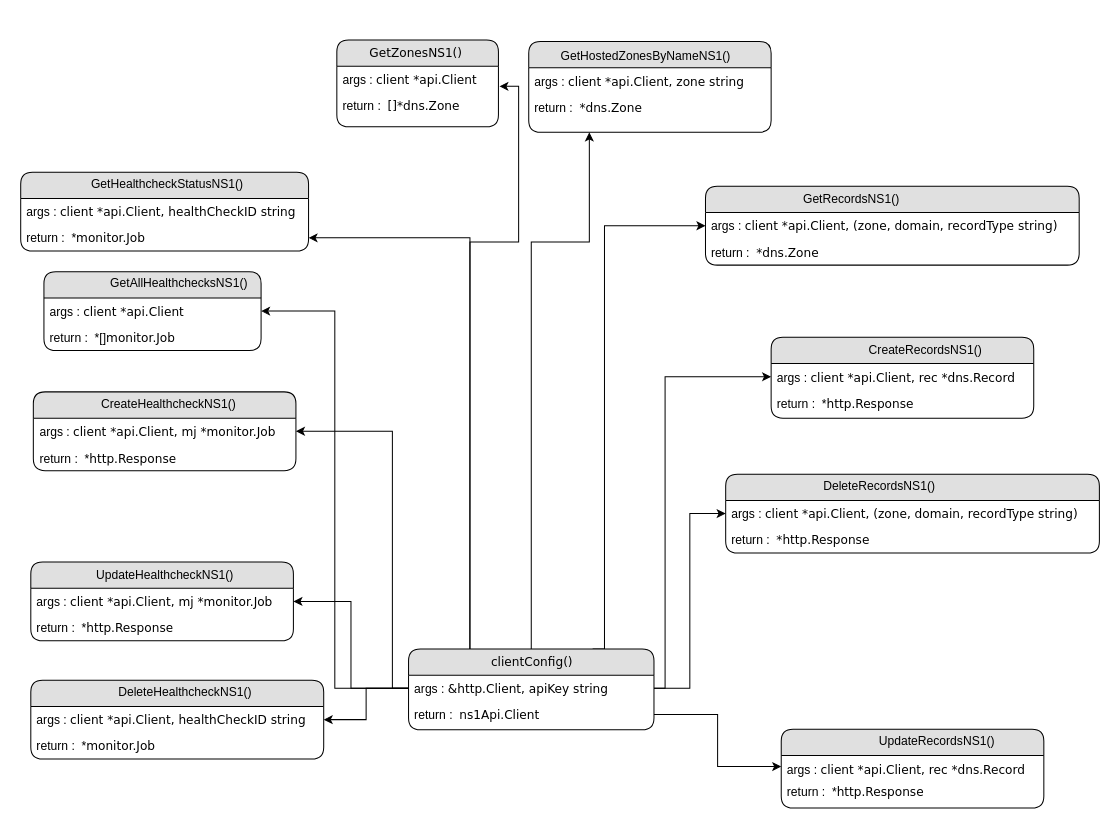
This is dns-manager.drawio from shreyasgune/NS1-examples, a draw.io file, before an edit. Source tidied: cells renumbered, new cells numbered last; positions are measured from the earlier drawing's top-left corner, leaving out a move shared by most shapes. Both pictures are drawn from the tidied source at 101%, with x=0, y=0 at pixel (20, 39).
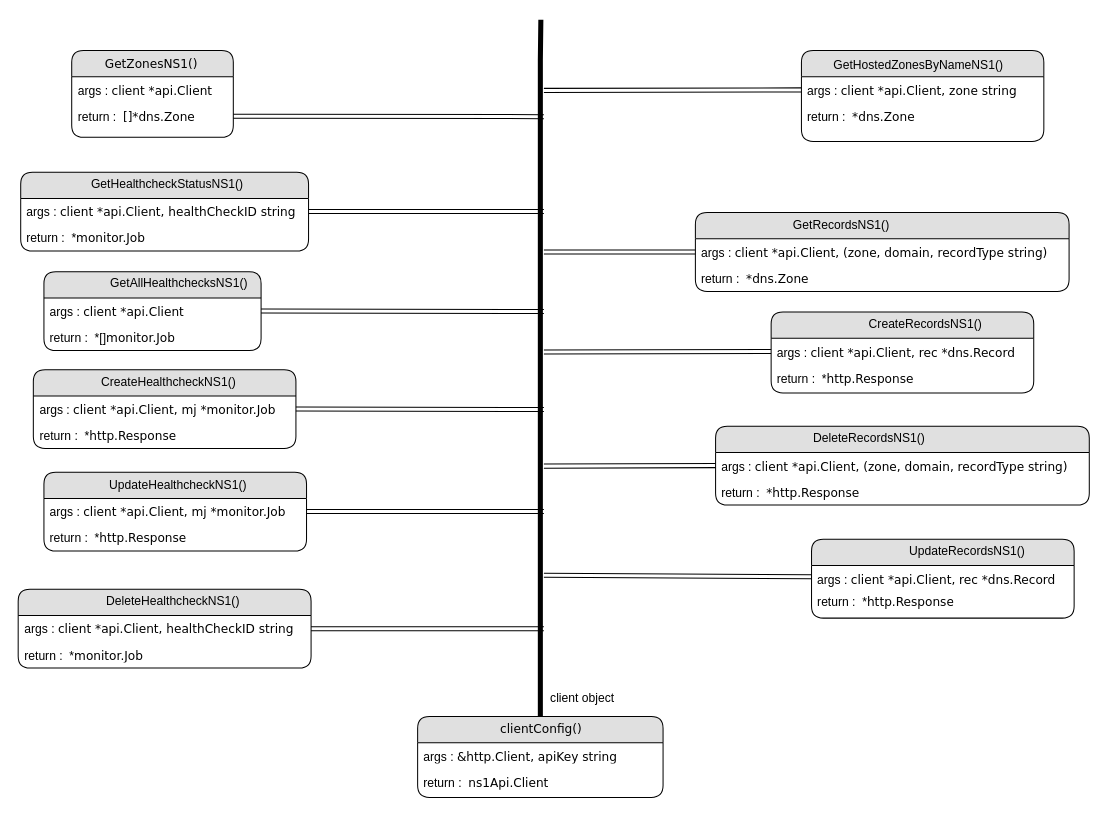
After the change.

The change refers to these unchanged cells:
```xml
<mxCell id="3" value="args :&amp;nbsp;&lt;span style=&quot;font-family: &amp;#34;verdana&amp;#34; ; text-align: center ; white-space: nowrap&quot;&gt;client *api.Client&lt;/span&gt;&lt;br&gt;&amp;nbsp;" style="text;html=1;strokeColor=none;fillColor=none;spacingLeft=4;spacingRight=4;whiteSpace=wrap;overflow=hidden;points=[[0,0.5],[1,0.5]];portConstraint=eastwest;" parent="2" vertex="1">
  <mxGeometry y="26" width="160" height="26" as="geometry" />
</mxCell>
<mxCell id="4" value="return :&amp;nbsp;&amp;nbsp;&lt;span style=&quot;font-family: &amp;#34;verdana&amp;#34; ; text-align: center ; white-space: nowrap&quot;&gt;[]*dns.Zone&lt;/span&gt;" style="text;html=1;strokeColor=none;fillColor=none;spacingLeft=4;spacingRight=4;whiteSpace=wrap;overflow=hidden;points=[[0,0.5],[1,0.5]];portConstraint=eastwest;" parent="2" vertex="1">
  <mxGeometry y="52" width="160" height="26" as="geometry" />
</mxCell>
<mxCell id="10" value="&lt;div style=&quot;text-align: center&quot;&gt;&lt;span&gt;args : &lt;font face=&quot;verdana&quot;&gt;&lt;span style=&quot;white-space: nowrap&quot;&gt;&amp;amp;http.Client, apiKey string&lt;/span&gt;&lt;/font&gt;&lt;/span&gt;&lt;/div&gt;" style="text;html=1;strokeColor=none;fillColor=none;spacingLeft=4;spacingRight=4;whiteSpace=wrap;overflow=hidden;points=[[0,0.5],[1,0.5]];portConstraint=eastwest;" parent="9" vertex="1">
  <mxGeometry y="26" width="243" height="26" as="geometry" />
</mxCell>
<mxCell id="11" value="&lt;div style=&quot;text-align: center&quot;&gt;&lt;span&gt;return :&amp;nbsp; &lt;font face=&quot;verdana&quot;&gt;&lt;span style=&quot;white-space: nowrap&quot;&gt;ns1Api.Client&lt;/span&gt;&lt;/font&gt;&lt;/span&gt;&lt;/div&gt;" style="text;html=1;strokeColor=none;fillColor=none;spacingLeft=4;spacingRight=4;whiteSpace=wrap;overflow=hidden;points=[[0,0.5],[1,0.5]];portConstraint=eastwest;" parent="9" vertex="1">
  <mxGeometry y="52" width="243" height="26" as="geometry" />
</mxCell>
<mxCell id="13" value="args :&amp;nbsp;&lt;span style=&quot;font-family: &amp;#34;verdana&amp;#34; ; text-align: center ; white-space: nowrap&quot;&gt;client *api.Client, zone string&lt;/span&gt;&lt;br&gt;&amp;nbsp;" style="text;html=1;strokeColor=none;fillColor=none;spacingLeft=4;spacingRight=4;whiteSpace=wrap;overflow=hidden;points=[[0,0.5],[1,0.5]];portConstraint=eastwest;" parent="12" vertex="1">
  <mxGeometry y="26" width="240" height="26" as="geometry" />
</mxCell>
<mxCell id="17" value="args :&amp;nbsp;&lt;span style=&quot;font-family: &amp;#34;verdana&amp;#34; ; text-align: center ; white-space: nowrap&quot;&gt;client *api.Client, (zone, domain, recordType string)&lt;/span&gt;&lt;br&gt;&amp;nbsp;" style="text;html=1;strokeColor=none;fillColor=none;spacingLeft=4;spacingRight=4;whiteSpace=wrap;overflow=hidden;points=[[0,0.5],[1,0.5]];portConstraint=eastwest;" parent="16" vertex="1">
  <mxGeometry y="26" width="370" height="26" as="geometry" />
</mxCell>
<mxCell id="21" value="args :&amp;nbsp;&lt;span style=&quot;font-family: &amp;#34;verdana&amp;#34; ; text-align: center ; white-space: nowrap&quot;&gt;client *api.Client, rec *dns.Record&lt;/span&gt;&lt;br&gt;&amp;nbsp;" style="text;html=1;strokeColor=none;fillColor=none;spacingLeft=4;spacingRight=4;whiteSpace=wrap;overflow=hidden;points=[[0,0.5],[1,0.5]];portConstraint=eastwest;" parent="20" vertex="1">
  <mxGeometry y="26" width="260" height="26" as="geometry" />
</mxCell>
<mxCell id="25" value="args :&amp;nbsp;&lt;span style=&quot;font-family: &amp;#34;verdana&amp;#34; ; text-align: center ; white-space: nowrap&quot;&gt;client *api.Client, (zone, domain, recordType string)&lt;/span&gt;&lt;br&gt;&amp;nbsp;" style="text;html=1;strokeColor=none;fillColor=none;spacingLeft=4;spacingRight=4;whiteSpace=wrap;overflow=hidden;points=[[0,0.5],[1,0.5]];portConstraint=eastwest;" parent="24" vertex="1">
  <mxGeometry y="26" width="370" height="26" as="geometry" />
</mxCell>
<mxCell id="29" value="args :&amp;nbsp;&lt;span style=&quot;font-family: &amp;#34;verdana&amp;#34; ; text-align: center ; white-space: nowrap&quot;&gt;client *api.Client, rec *dns.Record&lt;/span&gt;&lt;br&gt;&amp;nbsp;" style="text;html=1;strokeColor=none;fillColor=none;spacingLeft=4;spacingRight=4;whiteSpace=wrap;overflow=hidden;points=[[0,0.5],[1,0.5]];portConstraint=eastwest;" parent="28" vertex="1">
  <mxGeometry y="26" width="260" height="22" as="geometry" />
</mxCell>
<mxCell id="33" value="args :&amp;nbsp;&lt;span style=&quot;font-family: &amp;#34;verdana&amp;#34; ; text-align: center ; white-space: nowrap&quot;&gt;client *api.Client, healthCheckID string&lt;/span&gt;" style="text;html=1;strokeColor=none;fillColor=none;spacingLeft=4;spacingRight=4;whiteSpace=wrap;overflow=hidden;points=[[0,0.5],[1,0.5]];portConstraint=eastwest;" parent="32" vertex="1">
  <mxGeometry y="26" width="285" height="26" as="geometry" />
</mxCell>
<mxCell id="34" value="&lt;div style=&quot;text-align: center&quot;&gt;return :&amp;nbsp; *&lt;font face=&quot;verdana&quot;&gt;&lt;span style=&quot;white-space: nowrap&quot;&gt;monitor.Job&lt;/span&gt;&lt;/font&gt;&lt;/div&gt;" style="text;html=1;strokeColor=none;fillColor=none;spacingLeft=4;spacingRight=4;whiteSpace=wrap;overflow=hidden;points=[[0,0.5],[1,0.5]];portConstraint=eastwest;" parent="32" vertex="1">
  <mxGeometry y="52" width="285" height="26" as="geometry" />
</mxCell>
<mxCell id="37" value="args :&amp;nbsp;&lt;span style=&quot;font-family: &amp;#34;verdana&amp;#34; ; text-align: center ; white-space: nowrap&quot;&gt;client *api.Client&lt;/span&gt;" style="text;html=1;strokeColor=none;fillColor=none;spacingLeft=4;spacingRight=4;whiteSpace=wrap;overflow=hidden;points=[[0,0.5],[1,0.5]];portConstraint=eastwest;" parent="36" vertex="1">
  <mxGeometry y="26" width="215" height="26" as="geometry" />
</mxCell>
<mxCell id="41" value="args :&amp;nbsp;&lt;span style=&quot;font-family: &amp;#34;verdana&amp;#34; ; text-align: center ; white-space: nowrap&quot;&gt;client *api.Client, mj *monitor.Job&lt;/span&gt;&lt;br&gt;&amp;nbsp;" style="text;html=1;strokeColor=none;fillColor=none;spacingLeft=4;spacingRight=4;whiteSpace=wrap;overflow=hidden;points=[[0,0.5],[1,0.5]];portConstraint=eastwest;" parent="40" vertex="1">
  <mxGeometry y="26" width="260" height="26" as="geometry" />
</mxCell>
<mxCell id="45" value="args :&amp;nbsp;&lt;span style=&quot;font-family: &amp;#34;verdana&amp;#34; ; text-align: center ; white-space: nowrap&quot;&gt;client *api.Client, mj *monitor.Job&lt;/span&gt;&lt;br&gt;&amp;nbsp;" style="text;html=1;strokeColor=none;fillColor=none;spacingLeft=4;spacingRight=4;whiteSpace=wrap;overflow=hidden;points=[[0,0.5],[1,0.5]];portConstraint=eastwest;" parent="44" vertex="1">
  <mxGeometry y="26" width="260" height="26" as="geometry" />
</mxCell>
<mxCell id="49" value="args :&amp;nbsp;&lt;span style=&quot;font-family: &amp;#34;verdana&amp;#34; ; text-align: center ; white-space: nowrap&quot;&gt;client *api.Client, healthCheckID string&lt;/span&gt;" style="text;html=1;strokeColor=none;fillColor=none;spacingLeft=4;spacingRight=4;whiteSpace=wrap;overflow=hidden;points=[[0,0.5],[1,0.5]];portConstraint=eastwest;" parent="48" vertex="1">
  <mxGeometry y="26" width="290" height="26" as="geometry" />
</mxCell>
```

What changed in the source:
```diff
@@
     <mxCell id="2" value="GetZonesNS1()&amp;nbsp;" style="swimlane;html=1;fontStyle=0;horizontal=1;startSize=26;fillColor=#e0e0e0;swimlaneFillColor=#ffffff;align=center;rounded=1;shadow=0;comic=0;labelBackgroundColor=none;strokeColor=#000000;strokeWidth=1;fontFamily=Verdana;fontSize=12;fontColor=#000000;" parent="1" vertex="1">
-      <mxGeometry x="313" width="160" height="86" as="geometry" />
+      <mxGeometry x="50.5" y="10.5" width="160" height="86" as="geometry" />
     </mxCell>
@@
-    <mxCell id="5" style="edgeStyle=orthogonalEdgeStyle;rounded=0;jettySize=auto;html=1;exitX=0.25;exitY=0;exitDx=0;exitDy=0;entryX=1.006;entryY=0.769;entryDx=0;entryDy=0;entryPerimeter=0;" parent="1" edge="1" source="9" target="3">
-      <mxGeometry relative="1" as="geometry">
-        <Array as="points">
-          <mxPoint x="445" y="200" />
-          <mxPoint x="493" y="200" />
-          <mxPoint x="493" y="46" />
-        </Array>
-      </mxGeometry>
-    </mxCell>
-    <mxCell id="6" style="edgeStyle=orthogonalEdgeStyle;rounded=0;jettySize=auto;html=1;exitX=0.5;exitY=0;exitDx=0;exitDy=0;entryX=0.25;entryY=1;entryDx=0;entryDy=0;" parent="1" edge="1" source="9" target="12">
-      <mxGeometry relative="1" as="geometry">
-        <Array as="points">
-          <mxPoint x="506" y="200" />
-          <mxPoint x="563" y="200" />
-        </Array>
-      </mxGeometry>
-    </mxCell>
-    <mxCell id="7" style="edgeStyle=orthogonalEdgeStyle;rounded=0;jettySize=auto;html=1;exitX=0.25;exitY=0;exitDx=0;exitDy=0;entryX=1;entryY=0.5;entryDx=0;entryDy=0;" parent="1" edge="1" source="9" target="34">
-      <mxGeometry relative="1" as="geometry" />
-    </mxCell>
-    <mxCell id="8" style="edgeStyle=orthogonalEdgeStyle;rounded=0;jettySize=auto;html=1;exitX=0.75;exitY=0;exitDx=0;exitDy=0;entryX=0;entryY=0.5;entryDx=0;entryDy=0;" parent="1" edge="1" source="9" target="17">
-      <mxGeometry relative="1" as="geometry">
-        <Array as="points">
-          <mxPoint x="578" y="603" />
-          <mxPoint x="578" y="184" />
-        </Array>
-      </mxGeometry>
-    </mxCell>
+    <mxCell id="59" style="edgeStyle=orthogonalEdgeStyle;rounded=0;jettySize=auto;html=1;exitX=0.5;exitY=0;exitDx=0;exitDy=0;strokeWidth=5;endArrow=none;endFill=0;" parent="1" edge="1" source="9">
+      <mxGeometry relative="1" as="geometry">
+        <mxPoint x="515" y="-20" as="targetPoint" />
+        <Array as="points">
+          <mxPoint x="515" y="20" />
+          <mxPoint x="515" y="20" />
+        </Array>
+      </mxGeometry>
+    </mxCell>
     <mxCell id="9" value="clientConfig()" style="swimlane;html=1;fontStyle=0;horizontal=1;startSize=26;fillColor=#e0e0e0;swimlaneFillColor=#ffffff;align=center;rounded=1;shadow=0;comic=0;labelBackgroundColor=none;strokeColor=#000000;strokeWidth=1;fontFamily=Verdana;fontSize=12;fontColor=#000000;" parent="1" vertex="1">
-      <mxGeometry x="384" y="603" width="243" height="80" as="geometry" />
+      <mxGeometry x="393" y="670" width="243" height="80" as="geometry" />
     </mxCell>
@@
     <mxCell id="12" style="swimlane;html=1;fontStyle=0;horizontal=1;startSize=26;fillColor=#e0e0e0;swimlaneFillColor=#ffffff;align=center;rounded=1;shadow=0;comic=0;labelBackgroundColor=none;strokeColor=#000000;strokeWidth=1;fontFamily=Verdana;fontSize=12;fontColor=#000000;" parent="1" vertex="1">
-      <mxGeometry x="503" y="1.5" width="240" height="90" as="geometry" />
+      <mxGeometry x="773" y="10.5" width="240" height="90" as="geometry" />
     </mxCell>
@@
     <mxCell id="15" value="GetHostedZonesByNameNS1()" style="text;html=1;" parent="1" vertex="1">
-      <mxGeometry x="533" y="1.5" width="190" height="30" as="geometry" />
+      <mxGeometry x="803" y="10.5" width="190" height="30" as="geometry" />
     </mxCell>
     <mxCell id="16" style="swimlane;html=1;fontStyle=0;horizontal=1;startSize=26;fillColor=#e0e0e0;swimlaneFillColor=#ffffff;align=center;rounded=1;shadow=0;comic=0;labelBackgroundColor=none;strokeColor=#000000;strokeWidth=1;fontFamily=Verdana;fontSize=12;fontColor=#000000;" parent="1" vertex="1">
-      <mxGeometry x="678" y="145" width="370" height="78" as="geometry" />
+      <mxGeometry x="668" y="171" width="370" height="78" as="geometry" />
     </mxCell>
@@
     <mxCell id="19" value="GetRecordsNS1()" style="text;html=1;" parent="1" vertex="1">
-      <mxGeometry x="773" y="143.5" width="110" height="30" as="geometry" />
+      <mxGeometry x="763" y="169.5" width="110" height="30" as="geometry" />
     </mxCell>
     <mxCell id="20" style="swimlane;html=1;fontStyle=0;horizontal=1;startSize=26;fillColor=#e0e0e0;swimlaneFillColor=#ffffff;align=center;rounded=1;shadow=0;comic=0;labelBackgroundColor=none;strokeColor=#000000;strokeWidth=1;fontFamily=Verdana;fontSize=12;fontColor=#000000;" parent="1" vertex="1">
-      <mxGeometry x="743" y="294.5" width="260" height="80" as="geometry" />
+      <mxGeometry x="743" y="269.5" width="260" height="80" as="geometry" />
     </mxCell>
@@
     <mxCell id="23" value="CreateRecordsNS1()" style="text;html=1;" parent="1" vertex="1">
-      <mxGeometry x="838" y="293" width="110" height="30" as="geometry" />
+      <mxGeometry x="838" y="268" width="110" height="30" as="geometry" />
     </mxCell>
     <mxCell id="24" style="swimlane;html=1;fontStyle=0;horizontal=1;startSize=26;fillColor=#e0e0e0;swimlaneFillColor=#ffffff;align=center;rounded=1;shadow=0;comic=0;labelBackgroundColor=none;strokeColor=#000000;strokeWidth=1;fontFamily=Verdana;fontSize=12;fontColor=#000000;" parent="1" vertex="1">
-      <mxGeometry x="698" y="430" width="370" height="78" as="geometry" />
+      <mxGeometry x="688" y="382.5" width="370" height="78" as="geometry" />
     </mxCell>
@@
     <mxCell id="27" value="DeleteRecordsNS1()" style="text;html=1;" parent="1" vertex="1">
-      <mxGeometry x="793" y="428" width="110" height="30" as="geometry" />
+      <mxGeometry x="783" y="380.5" width="110" height="30" as="geometry" />
     </mxCell>
     <mxCell id="28" style="swimlane;html=1;fontStyle=0;horizontal=1;startSize=26;fillColor=#e0e0e0;swimlaneFillColor=#ffffff;align=center;rounded=1;shadow=0;comic=0;labelBackgroundColor=none;strokeColor=#000000;strokeWidth=1;fontFamily=Verdana;fontSize=12;fontColor=#000000;" parent="1" vertex="1">
-      <mxGeometry x="753" y="682.5" width="260" height="78" as="geometry" />
+      <mxGeometry x="783" y="494.5" width="260" height="78" as="geometry" />
     </mxCell>
@@
     <mxCell id="31" value="UpdateRecordsNS1()" style="text;html=1;" parent="1" vertex="1">
-      <mxGeometry x="848" y="681" width="110" height="30" as="geometry" />
+      <mxGeometry x="878" y="493" width="110" height="30" as="geometry" />
     </mxCell>
@@
     <mxCell id="40" style="swimlane;html=1;fontStyle=0;horizontal=1;startSize=26;fillColor=#e0e0e0;swimlaneFillColor=#ffffff;align=center;rounded=1;shadow=0;comic=0;labelBackgroundColor=none;strokeColor=#000000;strokeWidth=1;fontFamily=Verdana;fontSize=12;fontColor=#000000;" parent="1" vertex="1">
-      <mxGeometry x="12.5" y="348.5" width="260" height="78" as="geometry" />
+      <mxGeometry x="12.5" y="326.5" width="260" height="78" as="geometry" />
     </mxCell>
@@
     <mxCell id="43" value="CreateHealthcheckNS1()" style="text;html=1;" parent="1" vertex="1">
-      <mxGeometry x="77.5" y="347" width="110" height="30" as="geometry" />
+      <mxGeometry x="77.5" y="325" width="110" height="30" as="geometry" />
     </mxCell>
     <mxCell id="44" style="swimlane;html=1;fontStyle=0;horizontal=1;startSize=26;fillColor=#e0e0e0;swimlaneFillColor=#ffffff;align=center;rounded=1;shadow=0;comic=0;labelBackgroundColor=none;strokeColor=#000000;strokeWidth=1;fontFamily=Verdana;fontSize=12;fontColor=#000000;" parent="1" vertex="1">
-      <mxGeometry x="10" y="517" width="260" height="78" as="geometry" />
+      <mxGeometry x="23" y="428" width="260" height="78" as="geometry" />
     </mxCell>
@@
     <mxCell id="47" value="UpdateHealthcheckNS1()" style="text;html=1;" parent="1" vertex="1">
-      <mxGeometry x="72.5" y="515.5" width="110" height="30" as="geometry" />
+      <mxGeometry x="85.5" y="426.5" width="110" height="30" as="geometry" />
     </mxCell>
     <mxCell id="48" style="swimlane;html=1;fontStyle=0;horizontal=1;startSize=26;fillColor=#e0e0e0;swimlaneFillColor=#ffffff;align=center;rounded=1;shadow=0;comic=0;labelBackgroundColor=none;strokeColor=#000000;strokeWidth=1;fontFamily=Verdana;fontSize=12;fontColor=#000000;" parent="1" vertex="1">
-      <mxGeometry x="10" y="634" width="290" height="78" as="geometry" />
+      <mxGeometry x="-2.5" y="544" width="290" height="78" as="geometry" />
     </mxCell>
@@
     <mxCell id="51" value="DeleteHealthcheckNS1()" style="text;html=1;" parent="1" vertex="1">
-      <mxGeometry x="95" y="632" width="110" height="30" as="geometry" />
+      <mxGeometry x="82.5" y="542" width="110" height="30" as="geometry" />
     </mxCell>
-    <mxCell id="52" style="edgeStyle=orthogonalEdgeStyle;rounded=0;jettySize=auto;html=1;exitX=1;exitY=0.5;exitDx=0;exitDy=0;entryX=0;entryY=0.5;entryDx=0;entryDy=0;" parent="1" edge="1" source="10" target="21">
-      <mxGeometry relative="1" as="geometry">
-        <Array as="points">
-          <mxPoint x="638" y="642" />
-          <mxPoint x="638" y="334" />
-        </Array>
-      </mxGeometry>
-    </mxCell>
-    <mxCell id="53" style="edgeStyle=orthogonalEdgeStyle;rounded=0;jettySize=auto;html=1;exitX=1;exitY=0.5;exitDx=0;exitDy=0;entryX=0;entryY=0.5;entryDx=0;entryDy=0;" parent="1" edge="1" source="10" target="25">
-      <mxGeometry relative="1" as="geometry" />
-    </mxCell>
-    <mxCell id="54" style="edgeStyle=orthogonalEdgeStyle;rounded=0;jettySize=auto;html=1;exitX=1;exitY=0.5;exitDx=0;exitDy=0;entryX=0;entryY=0.5;entryDx=0;entryDy=0;" parent="1" edge="1" source="11" target="29">
-      <mxGeometry relative="1" as="geometry" />
-    </mxCell>
-    <mxCell id="55" style="edgeStyle=orthogonalEdgeStyle;rounded=0;jettySize=auto;html=1;exitX=0;exitY=0.5;exitDx=0;exitDy=0;entryX=1;entryY=0.5;entryDx=0;entryDy=0;" parent="1" edge="1" source="10" target="37">
-      <mxGeometry relative="1" as="geometry" />
-    </mxCell>
-    <mxCell id="56" style="edgeStyle=orthogonalEdgeStyle;rounded=0;jettySize=auto;html=1;exitX=0;exitY=0.5;exitDx=0;exitDy=0;entryX=1;entryY=0.5;entryDx=0;entryDy=0;" parent="1" edge="1" source="10" target="41">
-      <mxGeometry relative="1" as="geometry">
-        <Array as="points">
-          <mxPoint x="368" y="642" />
-          <mxPoint x="368" y="388" />
-        </Array>
-      </mxGeometry>
-    </mxCell>
-    <mxCell id="57" style="edgeStyle=orthogonalEdgeStyle;rounded=0;jettySize=auto;html=1;exitX=0;exitY=0.5;exitDx=0;exitDy=0;entryX=1;entryY=0.5;entryDx=0;entryDy=0;" parent="1" edge="1" source="10" target="45">
-      <mxGeometry relative="1" as="geometry" />
-    </mxCell>
-    <mxCell id="58" style="edgeStyle=orthogonalEdgeStyle;rounded=0;jettySize=auto;html=1;exitX=0;exitY=0.5;exitDx=0;exitDy=0;entryX=1;entryY=0.5;entryDx=0;entryDy=0;" parent="1" edge="1" source="10" target="49">
-      <mxGeometry relative="1" as="geometry" />
-    </mxCell>
+    <mxCell id="60" style="edgeStyle=none;shape=link;rounded=0;jettySize=auto;html=1;exitX=1;exitY=0.5;exitDx=0;exitDy=0;" parent="1" edge="1" source="4">
+      <mxGeometry relative="1" as="geometry">
+        <mxPoint x="518" y="76" as="targetPoint" />
+      </mxGeometry>
+    </mxCell>
+    <mxCell id="61" style="edgeStyle=none;shape=link;rounded=0;jettySize=auto;html=1;exitX=1;exitY=0.5;exitDx=0;exitDy=0;" parent="1" edge="1" source="33">
+      <mxGeometry relative="1" as="geometry">
+        <mxPoint x="518" y="170" as="targetPoint" />
+      </mxGeometry>
+    </mxCell>
+    <mxCell id="62" style="edgeStyle=none;shape=link;rounded=0;jettySize=auto;html=1;exitX=1;exitY=0.5;exitDx=0;exitDy=0;" parent="1" edge="1" source="37">
+      <mxGeometry relative="1" as="geometry">
+        <mxPoint x="518" y="269" as="targetPoint" />
+      </mxGeometry>
+    </mxCell>
+    <mxCell id="63" style="edgeStyle=none;shape=link;rounded=0;jettySize=auto;html=1;exitX=1;exitY=0.5;exitDx=0;exitDy=0;" parent="1" edge="1" source="41">
+      <mxGeometry relative="1" as="geometry">
+        <mxPoint x="518" y="366" as="targetPoint" />
+      </mxGeometry>
+    </mxCell>
+    <mxCell id="64" style="edgeStyle=none;shape=link;rounded=0;jettySize=auto;html=1;exitX=1;exitY=0.5;exitDx=0;exitDy=0;" parent="1" edge="1" source="45">
+      <mxGeometry relative="1" as="geometry">
+        <mxPoint x="518" y="467" as="targetPoint" />
+      </mxGeometry>
+    </mxCell>
+    <mxCell id="65" style="edgeStyle=none;shape=link;rounded=0;jettySize=auto;html=1;exitX=1;exitY=0.5;exitDx=0;exitDy=0;" parent="1" edge="1" source="49">
+      <mxGeometry relative="1" as="geometry">
+        <mxPoint x="518" y="583" as="targetPoint" />
+      </mxGeometry>
+    </mxCell>
+    <mxCell id="66" style="edgeStyle=none;shape=link;rounded=0;jettySize=auto;html=1;exitX=0;exitY=0.5;exitDx=0;exitDy=0;" parent="1" edge="1" source="13">
+      <mxGeometry relative="1" as="geometry">
+        <mxPoint x="518" y="50" as="targetPoint" />
+      </mxGeometry>
+    </mxCell>
+    <mxCell id="67" style="edgeStyle=none;shape=link;rounded=0;jettySize=auto;html=1;exitX=0;exitY=0.5;exitDx=0;exitDy=0;" parent="1" edge="1" source="21">
+      <mxGeometry relative="1" as="geometry">
+        <mxPoint x="518" y="309" as="targetPoint" />
+      </mxGeometry>
+    </mxCell>
+    <mxCell id="68" style="edgeStyle=none;shape=link;rounded=0;jettySize=auto;html=1;exitX=0;exitY=0.5;exitDx=0;exitDy=0;" parent="1" edge="1" source="25">
+      <mxGeometry relative="1" as="geometry">
+        <mxPoint x="518" y="422" as="targetPoint" />
+      </mxGeometry>
+    </mxCell>
+    <mxCell id="69" style="edgeStyle=none;shape=link;rounded=0;jettySize=auto;html=1;exitX=0;exitY=0.5;exitDx=0;exitDy=0;" parent="1" edge="1" source="29">
+      <mxGeometry relative="1" as="geometry">
+        <mxPoint x="518" y="530" as="targetPoint" />
+      </mxGeometry>
+    </mxCell>
+    <mxCell id="70" style="edgeStyle=none;shape=link;rounded=0;jettySize=auto;html=1;exitX=0;exitY=0.5;exitDx=0;exitDy=0;" parent="1" edge="1" source="17">
+      <mxGeometry relative="1" as="geometry">
+        <mxPoint x="518" y="210" as="targetPoint" />
+      </mxGeometry>
+    </mxCell>
+    <mxCell id="71" value="client object&amp;nbsp;" style="text;html=1;strokeColor=none;fillColor=none;align=center;verticalAlign=middle;whiteSpace=wrap;rounded=0;" parent="1" vertex="1">
+      <mxGeometry x="488" y="642" width="140" height="20" as="geometry" />
+    </mxCell>
```
